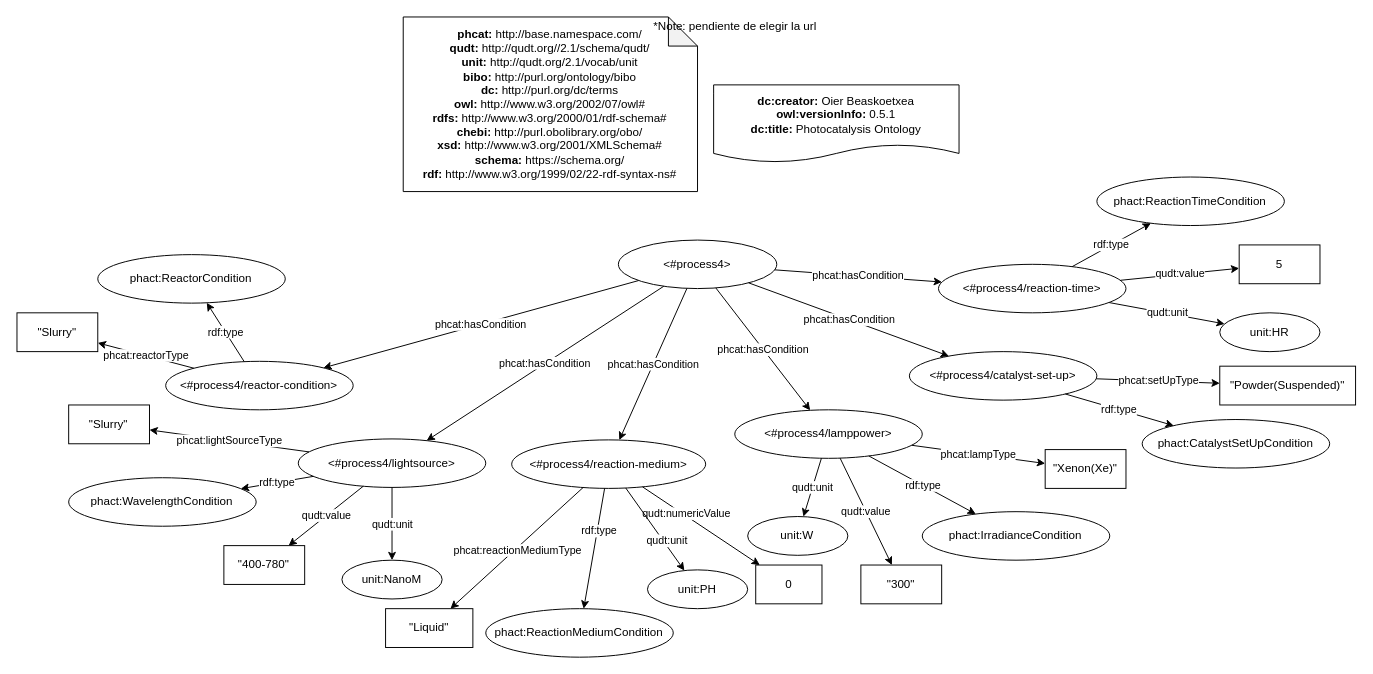
The draw.io diagram page "Ejemplo-conditions" (4 of 7) of examples/photocatalysis-ontology-example.drawio in SolarChem/solarchem-ontology, before the edit. Source tidied: cells renumbered, new cells numbered last; positions are measured from the earlier drawing's top-left corner, leaving out a move shared by most shapes. Both pictures are drawn from the tidied source at 97%, with x=0, y=0 at pixel (16, 16).
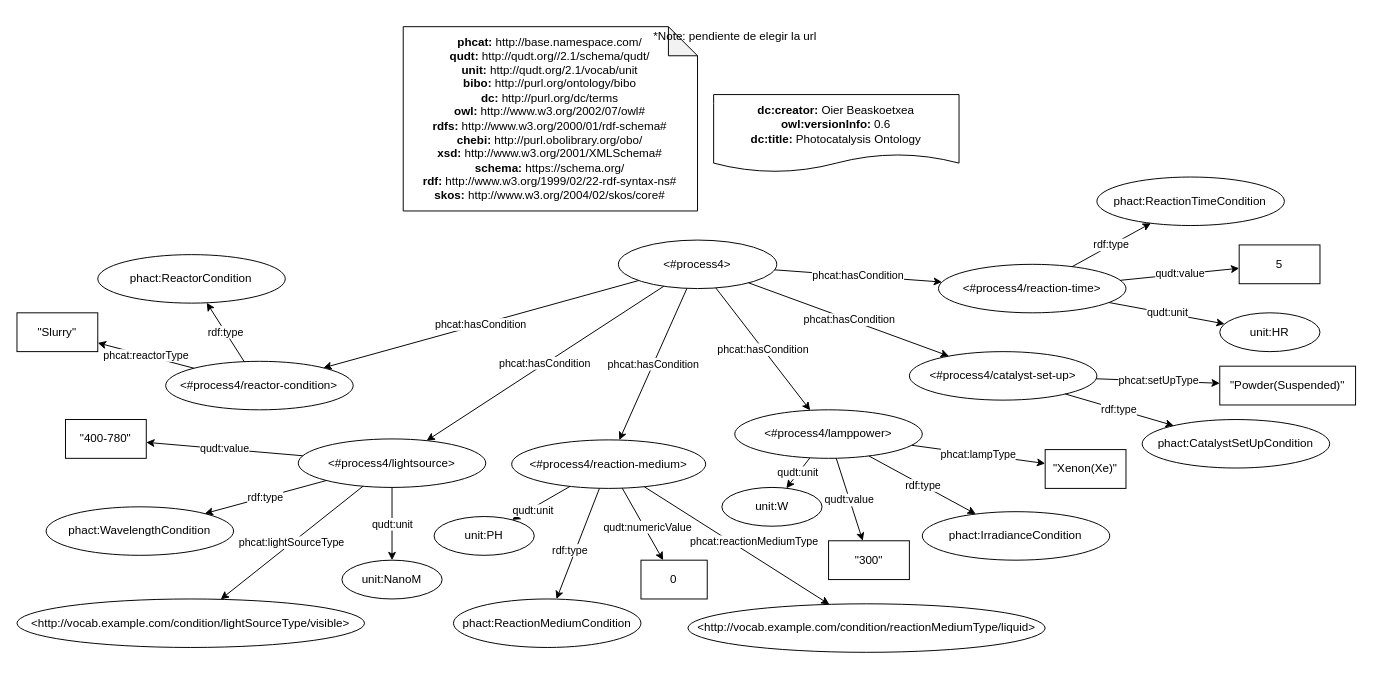
The same diagram, later.

Unchanged cells that the change refers to:
```xml
<mxCell id="13" value="&amp;lt;#process4/lightsource&amp;gt;" style="ellipse;whiteSpace=wrap;html=1;fillColor=default;" parent="1" vertex="1">
  <mxGeometry x="290" y="435" width="193.3" height="50" as="geometry" />
</mxCell>
<mxCell id="46" value="&amp;lt;#process4/reaction-medium&amp;gt;" style="ellipse;whiteSpace=wrap;html=1;fillColor=default;" parent="1" vertex="1">
  <mxGeometry x="510" y="436" width="200" height="50" as="geometry" />
</mxCell>
<mxCell id="51" style="edgeStyle=none;html=1;" parent="1" edge="1" source="46" target="50">
  <mxGeometry relative="1" as="geometry" />
</mxCell>
```

Change to the diagram source:
```diff
@@
-    <mxCell id="2" value="&lt;div&gt;&lt;b&gt;dc:creator:&lt;/b&gt;&amp;nbsp;Oier Beaskoetxea&lt;/div&gt;&lt;div&gt;&lt;b&gt;owl:versionInfo:&lt;/b&gt; 0.5.1&lt;/div&gt;&lt;div&gt;&lt;b&gt;dc:title:&lt;/b&gt;&amp;nbsp;Photocatalysis Ontology&lt;/div&gt;" style="shape=document;whiteSpace=wrap;html=1;boundedLbl=1;labelBackgroundColor=#ffffff;strokeColor=#000000;fontSize=12;fontColor=#000000;size=0.23333333333333334;" parent="1" vertex="1">
-      <mxGeometry x="718.2" y="70" width="253" height="80" as="geometry" />
+    <mxCell id="2" value="&lt;div&gt;&lt;b&gt;dc:creator:&lt;/b&gt;&amp;nbsp;Oier Beaskoetxea&lt;/div&gt;&lt;div&gt;&lt;b&gt;owl:versionInfo:&lt;/b&gt; 0.6&lt;/div&gt;&lt;div&gt;&lt;b&gt;dc:title:&lt;/b&gt;&amp;nbsp;Photocatalysis Ontology&lt;/div&gt;" style="shape=document;whiteSpace=wrap;html=1;boundedLbl=1;labelBackgroundColor=#ffffff;strokeColor=#000000;fontSize=12;fontColor=#000000;size=0.23333333333333334;" parent="1" vertex="1">
+      <mxGeometry x="718.2" y="80" width="253" height="80" as="geometry" />
     </mxCell>
-    <mxCell id="3" value="&lt;div&gt;&lt;b&gt;phcat:&lt;/b&gt;&amp;nbsp;http://base.namespace.com/&lt;/div&gt;&lt;b&gt;qudt:&lt;/b&gt;&amp;nbsp;http://qudt.org//2.1/schema/qudt/&lt;div&gt;&lt;b&gt;unit:&amp;nbsp;&lt;/b&gt;http://qudt.org/2.1/vocab/unit&lt;br&gt;&lt;/div&gt;&lt;div&gt;&lt;b&gt;bibo:&amp;nbsp;&lt;/b&gt;http://purl.org/ontology/bibo&lt;/div&gt;&lt;b&gt;dc:&amp;nbsp;&lt;/b&gt;http://purl.org/dc/terms&lt;br&gt;&lt;b&gt;owl:&amp;nbsp;&lt;/b&gt;http://www.w3.org/2002/07/owl#&lt;br&gt;&lt;b&gt;rdfs:&amp;nbsp;&lt;/b&gt;http://www.w3.org/2000/01/rdf-schema#&lt;br&gt;&lt;div&gt;&lt;b&gt;chebi:&amp;nbsp;&lt;/b&gt;http://purl.obolibrary.org/obo/&lt;/div&gt;&lt;div&gt;&lt;b&gt;xsd:&amp;nbsp;&lt;/b&gt;http://www.w3.org/2001/XMLSchema#&lt;br&gt;&lt;/div&gt;&lt;div&gt;&lt;b&gt;schema:&lt;/b&gt;&amp;nbsp;https://schema.org/&lt;br&gt;&lt;/div&gt;&lt;div&gt;&lt;b&gt;rdf:&amp;nbsp;&lt;/b&gt;http://www.w3.org/1999/02/22-rdf-syntax-ns#&lt;/div&gt;" style="shape=note;whiteSpace=wrap;html=1;backgroundOutline=1;darkOpacity=0.05;align=center;" parent="1" vertex="1">
-      <mxGeometry x="398.2" width="303.4" height="180" as="geometry" />
+    <mxCell id="3" value="&lt;div&gt;&lt;b&gt;phcat:&lt;/b&gt;&amp;nbsp;http://base.namespace.com/&lt;/div&gt;&lt;b&gt;qudt:&lt;/b&gt;&amp;nbsp;http://qudt.org//2.1/schema/qudt/&lt;div&gt;&lt;b&gt;unit:&amp;nbsp;&lt;/b&gt;http://qudt.org/2.1/vocab/unit&lt;br&gt;&lt;/div&gt;&lt;div&gt;&lt;b&gt;bibo:&amp;nbsp;&lt;/b&gt;http://purl.org/ontology/bibo&lt;/div&gt;&lt;b&gt;dc:&amp;nbsp;&lt;/b&gt;http://purl.org/dc/terms&lt;br&gt;&lt;b&gt;owl:&amp;nbsp;&lt;/b&gt;http://www.w3.org/2002/07/owl#&lt;br&gt;&lt;b&gt;rdfs:&amp;nbsp;&lt;/b&gt;http://www.w3.org/2000/01/rdf-schema#&lt;br&gt;&lt;div&gt;&lt;b&gt;chebi:&amp;nbsp;&lt;/b&gt;http://purl.obolibrary.org/obo/&lt;/div&gt;&lt;div&gt;&lt;b&gt;xsd:&amp;nbsp;&lt;/b&gt;http://www.w3.org/2001/XMLSchema#&lt;br&gt;&lt;/div&gt;&lt;div&gt;&lt;b&gt;schema:&lt;/b&gt;&amp;nbsp;https://schema.org/&lt;br&gt;&lt;/div&gt;&lt;div&gt;&lt;b&gt;rdf:&amp;nbsp;&lt;/b&gt;http://www.w3.org/1999/02/22-rdf-syntax-ns#&lt;/div&gt;&lt;div&gt;&lt;b&gt;skos:&lt;/b&gt;&amp;nbsp;http://www.w3.org/2004/02/skos/core#&lt;br&gt;&lt;/div&gt;" style="shape=note;whiteSpace=wrap;html=1;backgroundOutline=1;darkOpacity=0.05;align=center;" parent="1" vertex="1">
+      <mxGeometry x="398.2" y="10" width="303.4" height="190" as="geometry" />
     </mxCell>
     <mxCell id="4" value="*Note: pendiente de elegir la url" style="text;html=1;align=center;verticalAlign=middle;strokeColor=none;fillColor=none;" parent="1" vertex="1">
-      <mxGeometry x="650" width="180" height="20" as="geometry" />
+      <mxGeometry x="650" y="10" width="180" height="20" as="geometry" />
     </mxCell>
@@
     <mxCell id="14" value="phact:WavelengthCondition" style="ellipse;whiteSpace=wrap;html=1;fillColor=default;" parent="1" vertex="1">
-      <mxGeometry x="53.3" y="475" width="193.3" height="50" as="geometry" />
+      <mxGeometry x="30" y="505" width="193.3" height="50" as="geometry" />
     </mxCell>
@@
-    <mxCell id="16" value="&quot;Slurry&quot;" style="rounded=0;whiteSpace=wrap;html=1;fillColor=default;" parent="1" vertex="1">
-      <mxGeometry x="53.3" y="400" width="83.3" height="40" as="geometry" />
-    </mxCell>
-    <mxCell id="17" value="phcat:lightSourceType" style="edgeStyle=none;html=1;" parent="1" edge="1" source="13" target="16">
+    <mxCell id="17" value="phcat:lightSourceType" style="edgeStyle=none;html=1;" parent="1" edge="1" source="13" target="58">
       <mxGeometry relative="1" as="geometry" />
     </mxCell>
@@
     <mxCell id="19" value="&quot;400-780&quot;" style="rounded=0;whiteSpace=wrap;html=1;fillColor=default;" parent="1" vertex="1">
-      <mxGeometry x="213.3" y="545" width="83.3" height="40" as="geometry" />
+      <mxGeometry x="50" y="415" width="83.3" height="40" as="geometry" />
     </mxCell>
@@
     <mxCell id="27" value="unit:W" style="ellipse;whiteSpace=wrap;html=1;fillColor=default;" parent="1" vertex="1">
-      <mxGeometry x="753.3" y="515" width="103.3" height="40" as="geometry" />
+      <mxGeometry x="726.7" y="485" width="103.3" height="40" as="geometry" />
     </mxCell>
     <mxCell id="28" value="&quot;300&quot;" style="rounded=0;whiteSpace=wrap;html=1;fillColor=default;" parent="1" vertex="1">
-      <mxGeometry x="870" y="565" width="83.3" height="40" as="geometry" />
+      <mxGeometry x="836.7" y="540" width="83.3" height="40" as="geometry" />
     </mxCell>
@@
-    <mxCell id="47" value="&quot;Liquid&quot;" style="rounded=0;whiteSpace=wrap;html=1;fillColor=default;" parent="1" vertex="1">
-      <mxGeometry x="380" y="610" width="90" height="40" as="geometry" />
-    </mxCell>
-    <mxCell id="48" style="edgeStyle=none;html=1;" parent="1" edge="1" source="46" target="47">
+    <mxCell id="48" style="edgeStyle=none;html=1;" parent="1" edge="1" source="46" target="59">
       <mxGeometry relative="1" as="geometry" />
     </mxCell>
     <mxCell id="49" value="phcat:reactionMediumType" style="edgeLabel;html=1;align=center;verticalAlign=middle;" parent="48" vertex="1">
       <mxGeometry x="-0.25" y="1" relative="1" as="geometry">
-        <mxPoint x="-18" y="17" as="offset" />
+        <mxPoint x="41" y="11" as="offset" />
       </mxGeometry>
     </mxCell>
     <mxCell id="50" value="0" style="rounded=0;whiteSpace=wrap;html=1;fillColor=default;" parent="1" vertex="1">
-      <mxGeometry x="761.6" y="565" width="68.3" height="40" as="geometry" />
+      <mxGeometry x="643.3" y="560" width="68.3" height="40" as="geometry" />
     </mxCell>
@@
     <mxCell id="52" value="qudt:numericValue" style="edgeLabel;html=1;align=center;verticalAlign=middle;" parent="51" vertex="1">
       <mxGeometry x="-0.25" y="1" relative="1" as="geometry">
-        <mxPoint x="-1" y="-2" as="offset" />
+        <mxPoint x="9" y="12" as="offset" />
       </mxGeometry>
     </mxCell>
@@
     <mxCell id="54" value="phact:ReactionMediumCondition" style="ellipse;whiteSpace=wrap;html=1;fillColor=default;" parent="1" vertex="1">
-      <mxGeometry x="483.3" y="610" width="193.3" height="50" as="geometry" />
+      <mxGeometry x="450" y="600" width="193.3" height="50" as="geometry" />
     </mxCell>
     <mxCell id="55" value="rdf:type" style="edgeStyle=none;html=1;" parent="1" edge="1" source="46" target="54">
-      <mxGeometry x="-0.3" y="2" relative="1" as="geometry" />
+      <mxGeometry x="0.16" y="-5" relative="1" as="geometry" />
     </mxCell>
     <mxCell id="56" value="unit:PH" style="ellipse;whiteSpace=wrap;html=1;fillColor=default;" parent="1" vertex="1">
-      <mxGeometry x="650" y="570" width="103.3" height="40" as="geometry" />
+      <mxGeometry x="430" y="515" width="103.3" height="40" as="geometry" />
     </mxCell>
@@
+    <mxCell id="58" value="&amp;lt;http://vocab.example.com/condition/lightSourceType/visible&amp;gt;" style="ellipse;whiteSpace=wrap;html=1;fillColor=default;" parent="1" vertex="1">
+      <mxGeometry y="600" width="358.3" height="50" as="geometry" />
+    </mxCell>
+    <mxCell id="59" value="&amp;lt;http://vocab.example.com/condition/reactionMediumType/liquid&amp;gt;" style="ellipse;whiteSpace=wrap;html=1;fillColor=default;" parent="1" vertex="1">
+      <mxGeometry x="691.7" y="605" width="368.3" height="50" as="geometry" />
+    </mxCell>
```
